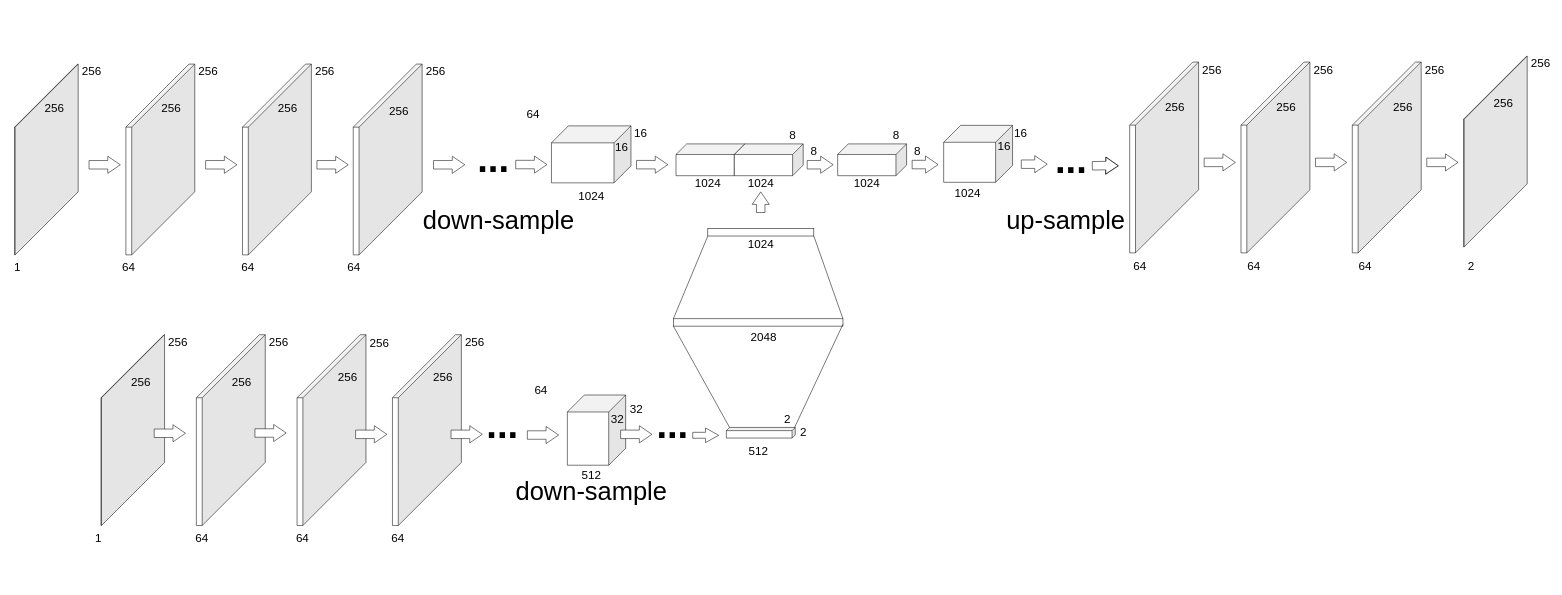
Above: patch-cnn-1024.drawio in FanDoubleLucky/Graph (draw.io), before the change. Source tidied: cells renumbered, new cells numbered last; positions are measured from the earlier drawing's top-left corner, leaving out a move shared by most shapes. Both pictures are drawn from the tidied source at 53%, with x=0, y=0 at pixel (9, 56).
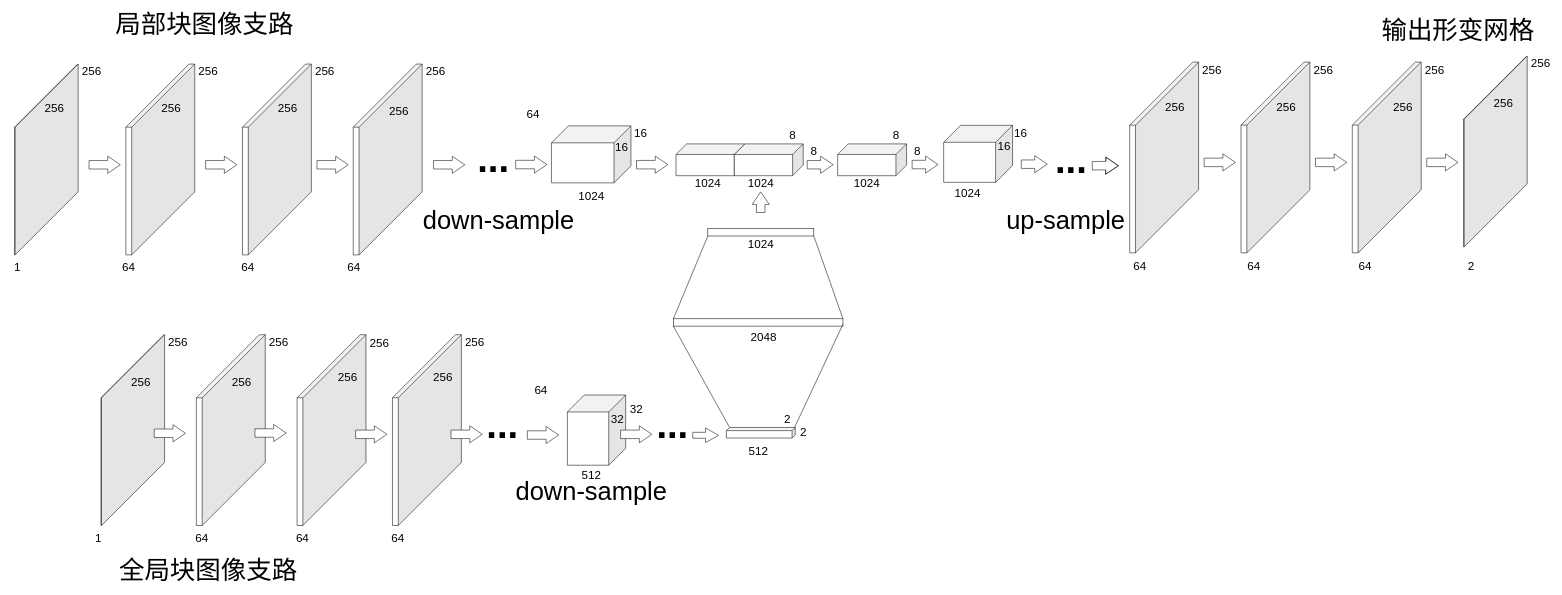
The same diagram, later.

What changed in the source:
```diff
@@
+    <mxCell id="114" value="&lt;font style=&quot;font-size: 48px&quot;&gt;局部块图像支路&lt;/font&gt;" style="text;html=1;align=center;verticalAlign=middle;fontFamily=宋体;" parent="1" vertex="1">
+      <mxGeometry x="193" y="-74" width="350" height="30" as="geometry" />
+    </mxCell>
+    <mxCell id="115" value="&lt;font style=&quot;font-size: 48px&quot;&gt;全局块图像支路&lt;/font&gt;" style="text;html=1;align=center;verticalAlign=middle;fontFamily=宋体;" parent="1" vertex="1">
+      <mxGeometry x="200" y="956" width="350" height="30" as="geometry" />
+    </mxCell>
+    <mxCell id="116" value="&lt;font style=&quot;font-size: 48px&quot;&gt;输出形变网格&lt;/font&gt;" style="text;html=1;align=center;verticalAlign=middle;fontFamily=宋体;" parent="1" vertex="1">
+      <mxGeometry x="2583" y="-64" width="300" height="30" as="geometry" />
+    </mxCell>
```
